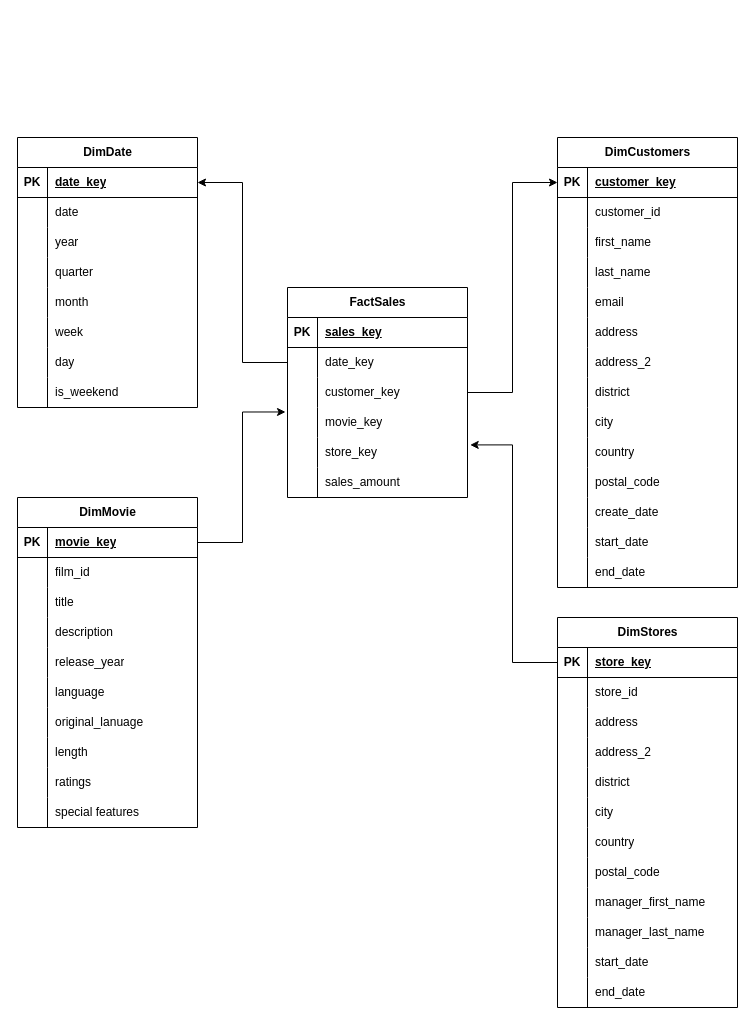
Before: Untitled Diagram.drawio in darkmatterxoxo/Haroon-Ahmad, a draw.io diagram. Source tidied: cells renumbered, new cells numbered last; positions are measured from the earlier drawing's top-left corner, leaving out a move shared by most shapes. Both pictures are drawn from the tidied source at 100%, with x=0, y=0 at pixel (17, 137).
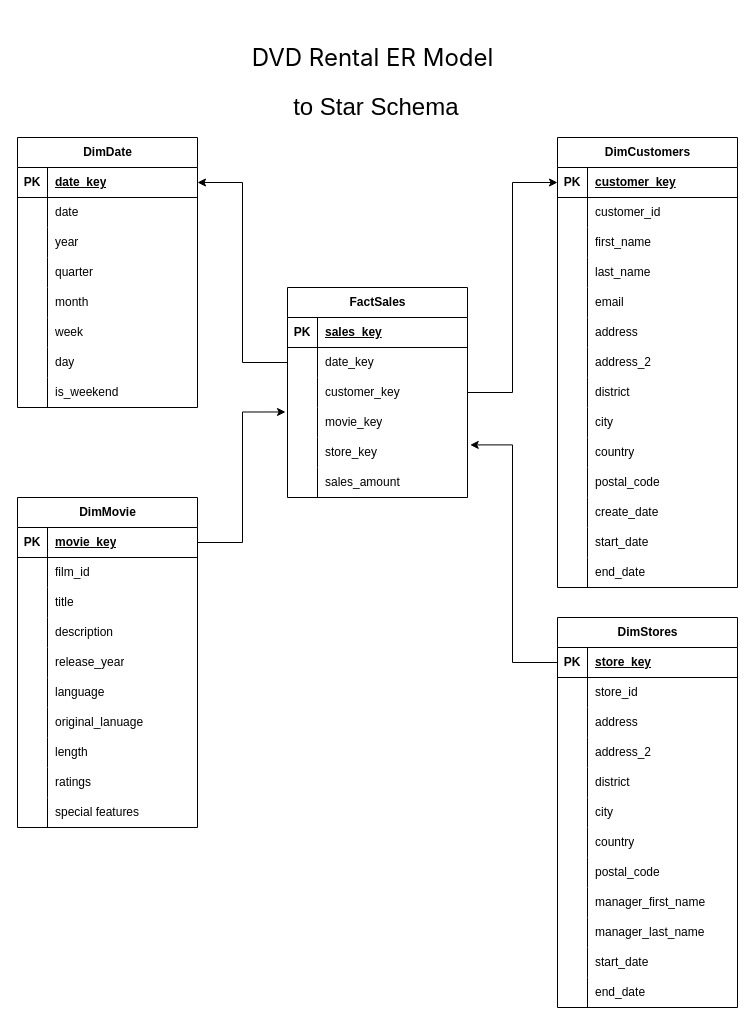
The same page after the edit.

The edit, as a diff of the source:
```diff
@@
+    <mxCell id="167" value="&lt;font style=&quot;font-size: 24px;&quot;&gt;&lt;h2 style=&quot;font-weight: 400; color: var(--heading-color); padding: 0px; font-size: 1.5rem; margin-bottom: 1rem; font-family: -apple-system, &amp;quot;system-ui&amp;quot;, &amp;quot;Segoe UI&amp;quot;, Roboto, Oxygen-Sans, Ubuntu, Cantarell, &amp;quot;Helvetica Neue&amp;quot;, sans-serif; text-align: start; background-color: rgb(255, 255, 255);&quot; id=&quot;dvd-rental-er-model&quot; class=&quot;wp-block-heading&quot;&gt;DVD Rental ER Model&lt;/h2&gt;&lt;h2 style=&quot;font-weight: 400; color: var(--heading-color); padding: 0px; font-size: 1.5rem; margin-bottom: 1rem; font-family: -apple-system, &amp;quot;system-ui&amp;quot;, &amp;quot;Segoe UI&amp;quot;, Roboto, Oxygen-Sans, Ubuntu, Cantarell, &amp;quot;Helvetica Neue&amp;quot;, sans-serif; text-align: start; background-color: rgb(255, 255, 255);&quot; class=&quot;wp-block-heading&quot;&gt;&lt;/h2&gt;&amp;nbsp;to Star Schema&lt;br&gt;&lt;br&gt;&lt;/font&gt;" style="text;html=1;align=center;verticalAlign=middle;strokeColor=none;fillColor=none;" parent="1" vertex="1">
+      <mxGeometry x="230" y="-120" width="250" height="140" as="geometry" />
+    </mxCell>
```
